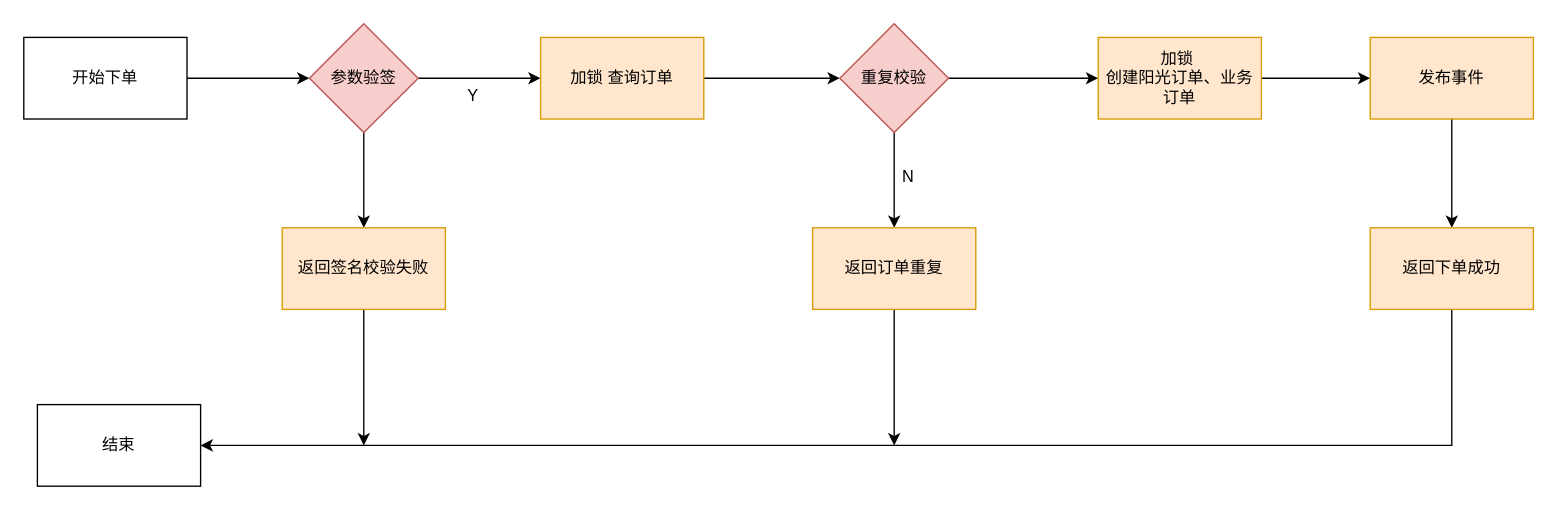
The draw.io diagram 阳光下单概设.drawio in Jie33/draw, before the edit. Source tidied: cells renumbered, new cells numbered last; positions are measured from the earlier drawing's top-left corner, leaving out a move shared by most shapes. Both pictures are drawn from the tidied source at 136%, with x=0, y=0 at pixel (23, 23).
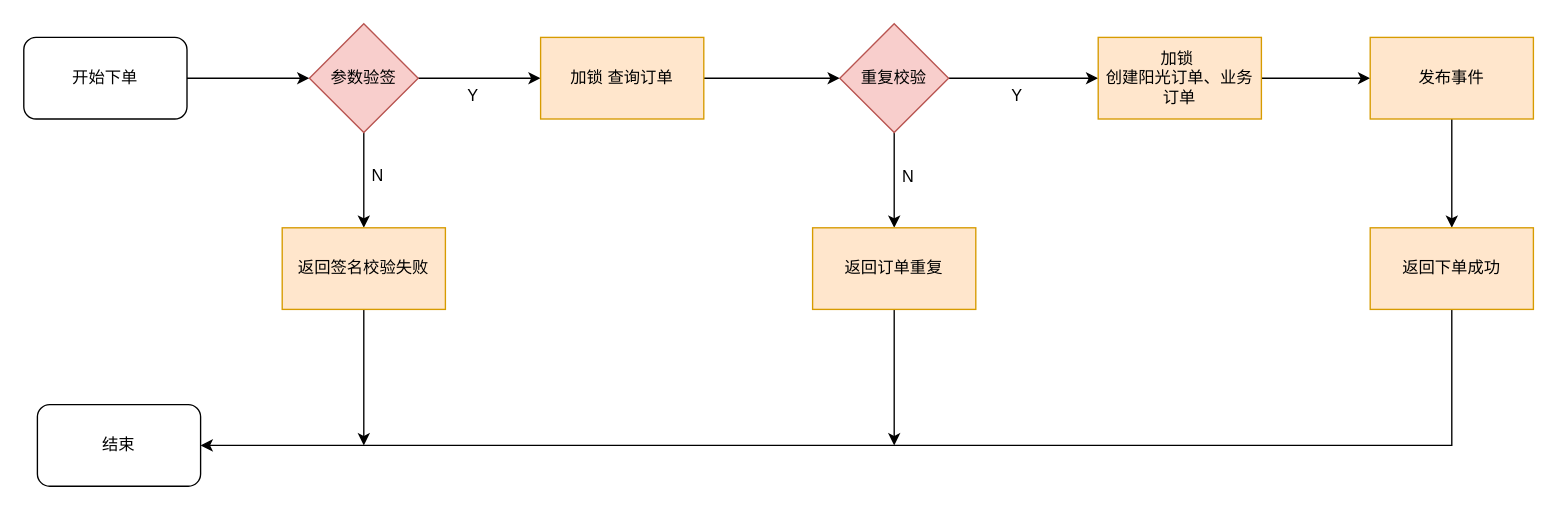
The same diagram, later.

Commit message:
更新阳光下单概设.drawio

Diff of the diagram source:
```diff
@@
-    <mxCell id="3" value="开始下单" style="rounded=0;whiteSpace=wrap;html=1;" parent="1" vertex="1">
+    <mxCell id="3" value="开始下单" style="rounded=1;whiteSpace=wrap;html=1;" parent="1" vertex="1">
       <mxGeometry y="10" width="120" height="60" as="geometry" />
     </mxCell>
@@
-    <mxCell id="7" value="结束" style="rounded=0;whiteSpace=wrap;html=1;" parent="1" vertex="1">
+    <mxCell id="7" value="结束" style="rounded=1;whiteSpace=wrap;html=1;" parent="1" vertex="1">
       <mxGeometry x="10" y="280" width="120" height="60" as="geometry" />
     </mxCell>
@@
+    <mxCell id="25" value="N" style="text;html=1;align=center;verticalAlign=middle;strokeColor=none;fillColor=none;" parent="1" vertex="1">
+      <mxGeometry x="245" y="97" width="30" height="30" as="geometry" />
+    </mxCell>
+    <mxCell id="26" value="Y" style="text;html=1;align=center;verticalAlign=middle;strokeColor=none;fillColor=none;" parent="1" vertex="1">
+      <mxGeometry x="715" y="38" width="30" height="30" as="geometry" />
+    </mxCell>
```
